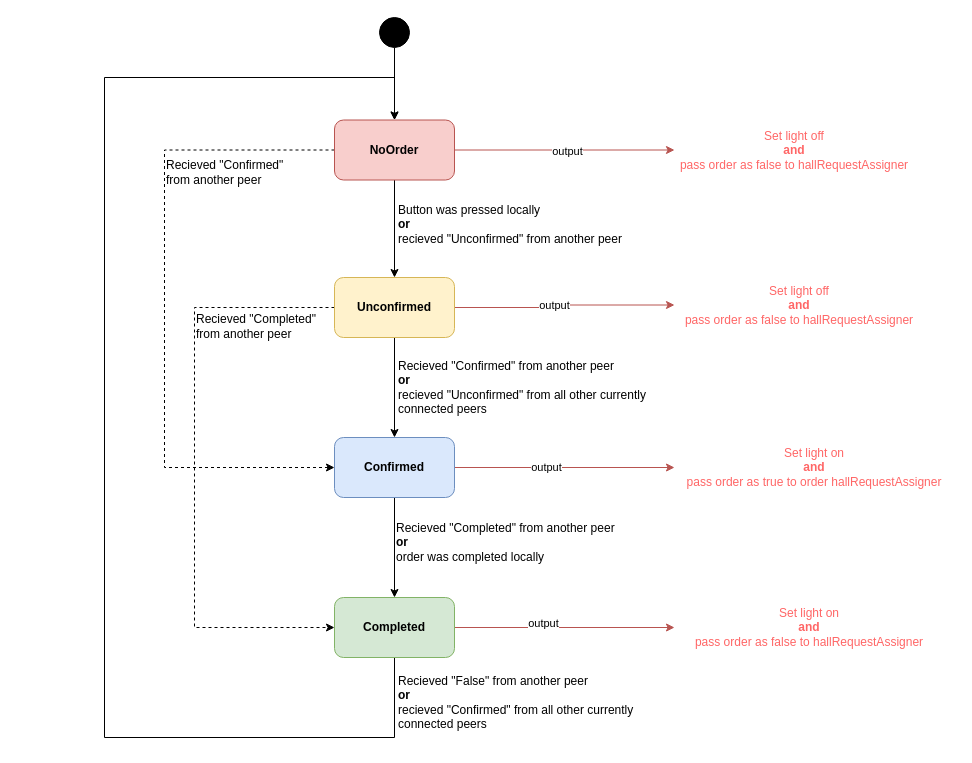
The draw.io diagram Diagrammer/OrdersStateMachine.drawio in MathiasSagerup/Sanntid, before the edit. Source tidied: cells renumbered, new cells numbered last; positions are measured from the earlier drawing's top-left corner, leaving out a move shared by most shapes. Both pictures are drawn from the tidied source at 100%, with x=0, y=0 at pixel (104, 17).
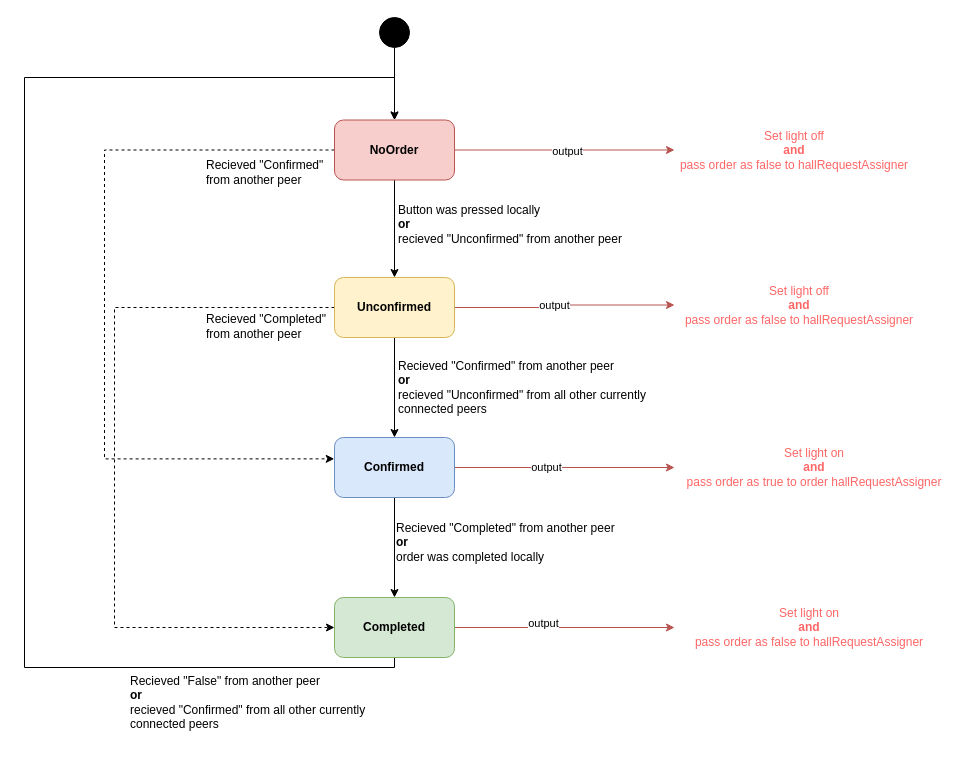
Above is the later version.

Unchanged cells that the change refers to:
```xml
<mxCell id="6" value="&lt;div&gt;&lt;span style=&quot;background-color: transparent; color: light-dark(rgb(0, 0, 0), rgb(255, 255, 255));&quot;&gt;&lt;b&gt;NoOrder&lt;/b&gt;&lt;/span&gt;&lt;/div&gt;" style="rounded=1;whiteSpace=wrap;html=1;fillColor=#f8cecc;strokeColor=#b85450;" parent="1" vertex="1">
  <mxGeometry x="230" y="102.5" width="120" height="60" as="geometry" />
</mxCell>
<mxCell id="11" value="&lt;div&gt;&lt;b&gt;Unconfirmed&lt;/b&gt;&lt;/div&gt;" style="rounded=1;whiteSpace=wrap;html=1;fillColor=#fff2cc;strokeColor=#d6b656;" parent="1" vertex="1">
  <mxGeometry x="230" y="260" width="120" height="60" as="geometry" />
</mxCell>
<mxCell id="15" value="&lt;div&gt;&lt;b&gt;Completed&lt;/b&gt;&lt;/div&gt;" style="rounded=1;whiteSpace=wrap;html=1;fillColor=#d5e8d4;strokeColor=#82b366;" parent="1" vertex="1">
  <mxGeometry x="230" y="580" width="120" height="60" as="geometry" />
</mxCell>
<mxCell id="24" value="&lt;div&gt;&lt;b&gt;Confirmed&lt;/b&gt;&lt;/div&gt;" style="rounded=1;whiteSpace=wrap;html=1;fillColor=#dae8fc;strokeColor=#6c8ebf;" parent="1" vertex="1">
  <mxGeometry x="230" y="420" width="120" height="60" as="geometry" />
</mxCell>
```

What changed in the source:
```diff
@@
-    <mxCell id="5" style="edgeStyle=orthogonalEdgeStyle;rounded=0;jettySize=auto;html=1;entryX=0;entryY=0.5;entryDx=0;entryDy=0;dashed=1;" parent="1" edge="1" source="6" target="24">
+    <mxCell id="5" style="edgeStyle=orthogonalEdgeStyle;rounded=0;jettySize=auto;html=1;entryX=-0.002;entryY=0.356;entryDx=0;entryDy=0;dashed=1;entryPerimeter=0;" parent="1" edge="1" source="6" target="24">
       <mxGeometry relative="1" as="geometry">
         <Array as="points">
-          <mxPoint x="60" y="133" />
-          <mxPoint x="60" y="450" />
+          <mxPoint y="132.5" />
+          <mxPoint y="442" />
         </Array>
       </mxGeometry>
     </mxCell>
@@
     <mxCell id="10" style="edgeStyle=orthogonalEdgeStyle;rounded=0;jettySize=auto;html=1;entryX=0;entryY=0.5;entryDx=0;entryDy=0;dashed=1;" parent="1" edge="1" source="11" target="15">
       <mxGeometry relative="1" as="geometry">
         <Array as="points">
-          <mxPoint x="90" y="290" />
-          <mxPoint x="90" y="610" />
+          <mxPoint x="10" y="290" />
+          <mxPoint x="10" y="610" />
         </Array>
       </mxGeometry>
     </mxCell>
@@
     <mxCell id="12" style="edgeStyle=orthogonalEdgeStyle;rounded=0;jettySize=auto;html=1;entryX=0.5;entryY=0;entryDx=0;entryDy=0;exitX=0.5;exitY=1;exitDx=0;exitDy=0;" parent="1" edge="1" source="15" target="6">
       <mxGeometry relative="1" as="geometry">
         <Array as="points">
-          <mxPoint x="290" y="720" />
-          <mxPoint y="720" />
-          <mxPoint y="60" />
+          <mxPoint x="290" y="650" />
+          <mxPoint x="-80" y="650" />
+          <mxPoint x="-80" y="60" />
           <mxPoint x="290" y="60" />
         </Array>
       </mxGeometry>
     </mxCell>
@@
     <mxCell id="27" value="Recieved &quot;False&quot; from another peer&lt;div&gt;&lt;b&gt;or&lt;/b&gt;&lt;/div&gt;&lt;div&gt;recieved &quot;Confirmed&quot; from all other currently connected peers&lt;/div&gt;" style="text;html=1;whiteSpace=wrap;strokeColor=none;fillColor=none;align=left;verticalAlign=middle;rounded=0;" parent="1" vertex="1">
-      <mxGeometry x="292" y="650" width="251" height="70" as="geometry" />
+      <mxGeometry x="24" y="650" width="251" height="70" as="geometry" />
     </mxCell>
     <mxCell id="28" value="Recieved &quot;Confirmed&quot; from another peer" style="text;html=1;whiteSpace=wrap;strokeColor=none;fillColor=none;align=left;verticalAlign=middle;rounded=0;" parent="1" vertex="1">
-      <mxGeometry x="60" y="120" width="130" height="70" as="geometry" />
+      <mxGeometry x="100" y="120" width="130" height="70" as="geometry" />
     </mxCell>
     <mxCell id="29" value="Recieved &quot;Completed&quot; from another peer" style="text;html=1;whiteSpace=wrap;strokeColor=none;fillColor=none;align=left;verticalAlign=middle;rounded=0;" parent="1" vertex="1">
-      <mxGeometry x="90" y="274" width="130" height="70" as="geometry" />
+      <mxGeometry x="100" y="274" width="130" height="70" as="geometry" />
     </mxCell>
```
